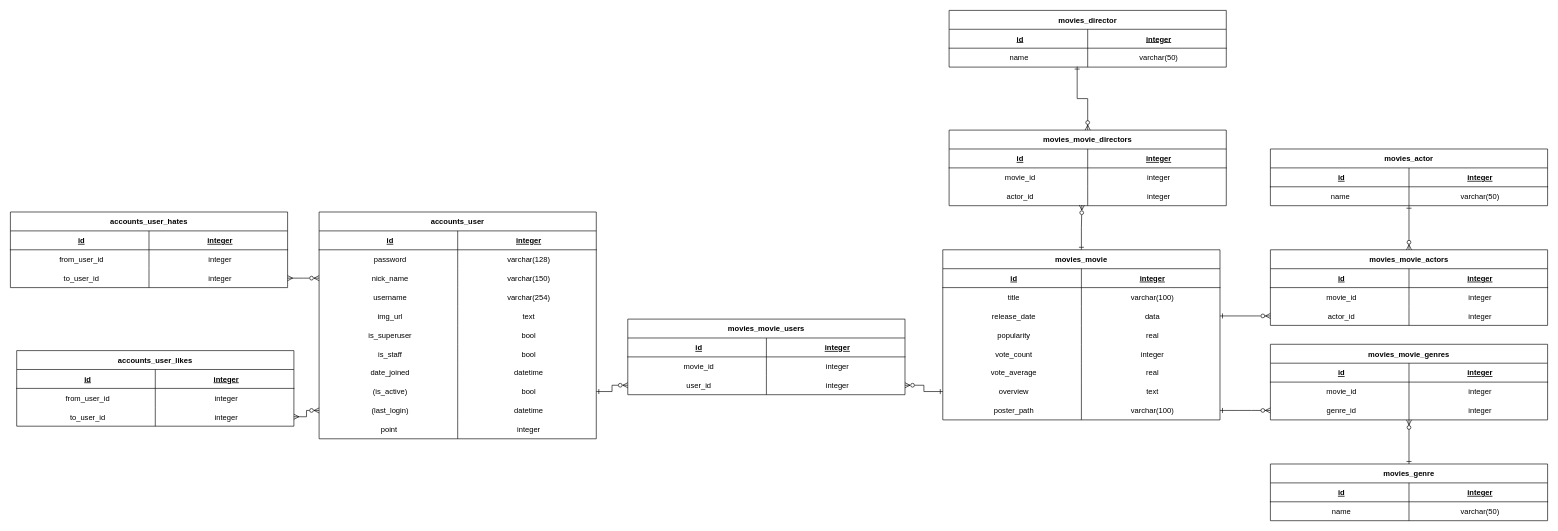
Before: 제목 없는 다이어그램.drawio in hwanny7/SSAFY-PROJECT, a draw.io diagram. Source tidied: cells renumbered, new cells numbered last; positions are measured from the earlier drawing's top-left corner, leaving out a move shared by most shapes. Both pictures are drawn from the tidied source at 63%, with x=0, y=0 at pixel (10, 10).
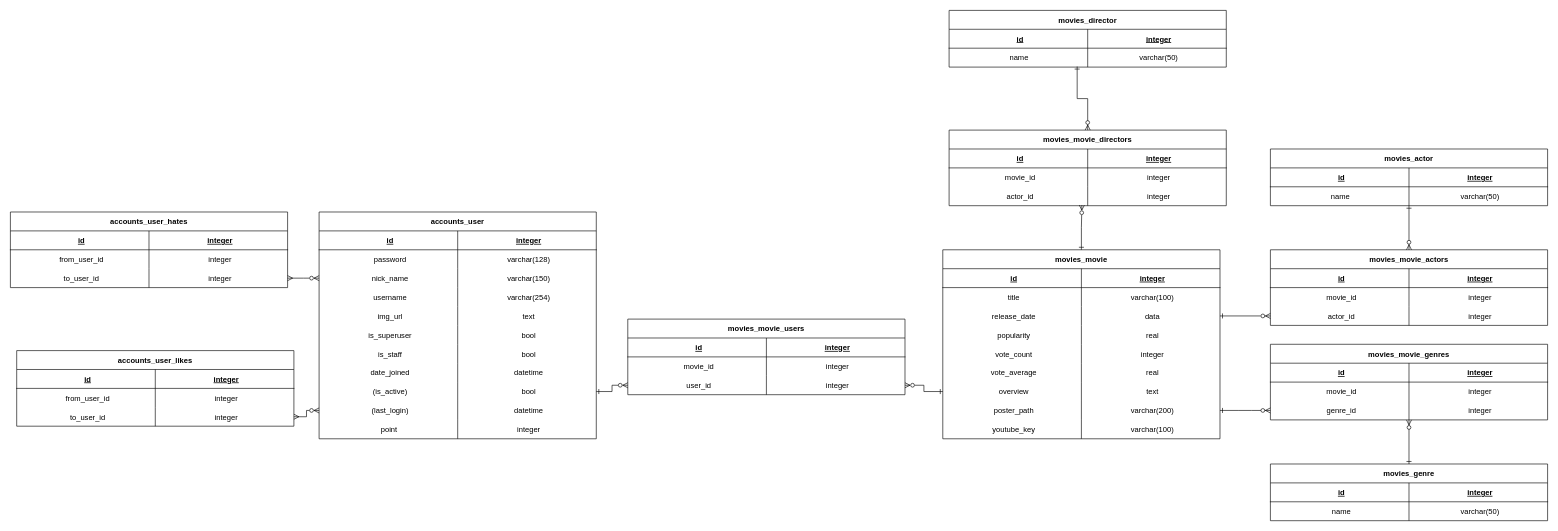
Above is the later version.

Commit message (it also covers changes not shown here):
제목 없는 다이어그램.drawio 업데이트

The change refers to these unchanged cells:
```xml
<mxCell id="24" style="shape=partialRectangle;fillColor=none;points=[[0,0.5],[1,0.5]];portConstraint=eastwest;top=0;left=0;right=0;bottom=0;align=center;" parent="2" vertex="1">
  <mxGeometry y="240" width="440" height="30" as="geometry" />
</mxCell>
```

What changed in the source:
```diff
@@
     <mxCell id="2" value="movies_movie" style="shape=table;startSize=30;childLayout=tableLayout;rowLines=0;fontStyle=1;align=center;" parent="1" vertex="1">
-      <mxGeometry x="1480" y="380" width="440" height="270" as="geometry" />
+      <mxGeometry x="1480" y="380" width="440" height="300" as="geometry" />
     </mxCell>
@@
-    <mxCell id="26" value="varchar(100)" style="shape=partialRectangle;overflow=hidden;fillColor=none;top=0;left=0;bottom=0;right=0;align=center;spacingLeft=6;" parent="24" vertex="1">
+    <mxCell id="26" value="varchar(200)" style="shape=partialRectangle;overflow=hidden;fillColor=none;top=0;left=0;bottom=0;right=0;align=center;spacingLeft=6;" parent="24" vertex="1">
       <mxGeometry x="220" width="220" height="30" as="geometry" />
     </mxCell>
+    <mxCell id="152" style="shape=partialRectangle;fillColor=none;top=0;left=0;right=0;bottom=0;align=center;" parent="2" vertex="1">
+      <mxGeometry y="270" width="440" height="30" as="geometry" />
+    </mxCell>
+    <mxCell id="153" value="youtube_key" style="shape=partialRectangle;overflow=hidden;fillColor=none;top=0;left=0;bottom=0;right=0;align=center;spacingLeft=6;" parent="152" vertex="1">
+      <mxGeometry width="220" height="30" as="geometry" />
+    </mxCell>
+    <mxCell id="154" value="varchar(100)" style="shape=partialRectangle;overflow=hidden;fillColor=none;top=0;left=0;bottom=0;right=0;align=center;spacingLeft=6;" parent="152" vertex="1">
+      <mxGeometry x="220" width="220" height="30" as="geometry" />
+    </mxCell>
```
